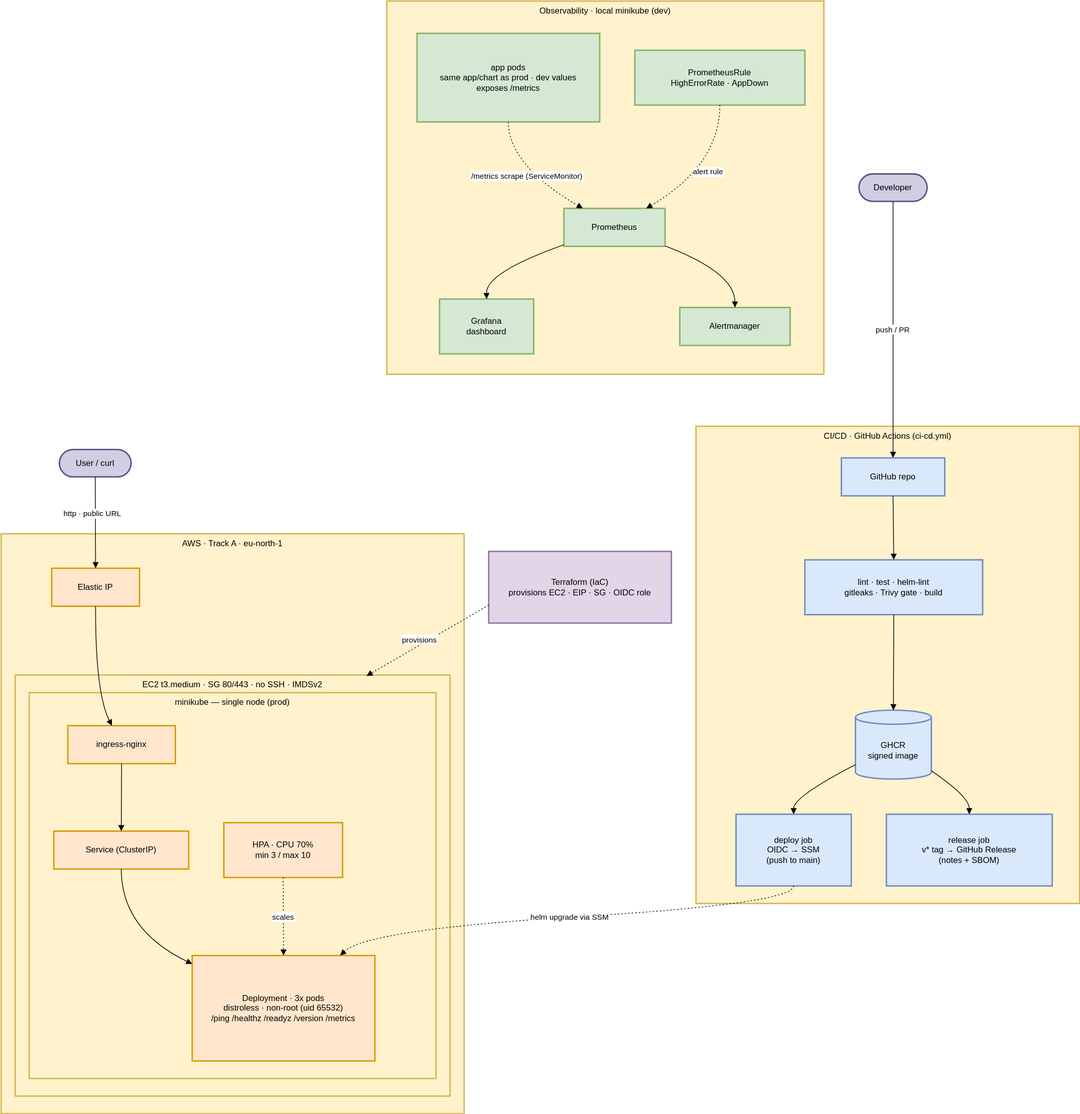
The draw.io diagram docs/architecture.svg in AysuKeskin/insiderone-devops-case, before a commit. Source tidied: cells renumbered, new cells last; positions are measured from the earlier drawing's top-left corner, leaving out a move shared by most shapes. Its diagram source:
```xml
<mxGraphModel>
  <root>
    <mxCell id="0" />
    <mxCell id="1" parent="0" />
    <mxCell id="2" value="Observability · local minikube (dev)" style="whiteSpace=wrap;strokeWidth=2;verticalAlign=top;fillColor=#fff2cc;strokeColor=#d6b656;" parent="1" vertex="1">
      <mxGeometry x="549" width="622" height="531" as="geometry" />
    </mxCell>
    <mxCell id="3" value="app pods&#10;same app/chart as prod · dev values&#10;exposes /metrics" style="whiteSpace=wrap;strokeWidth=2;fillColor=#d5e8d4;strokeColor=#82b366;" parent="2" vertex="1">
      <mxGeometry x="43" y="46" width="260" height="126" as="geometry" />
    </mxCell>
    <mxCell id="4" value="Prometheus" style="whiteSpace=wrap;strokeWidth=2;fillColor=#d5e8d4;strokeColor=#82b366;" parent="2" vertex="1">
      <mxGeometry x="252" y="295" width="144" height="54" as="geometry" />
    </mxCell>
    <mxCell id="5" value="PrometheusRule&#10;HighErrorRate · AppDown" style="whiteSpace=wrap;strokeWidth=2;fillColor=#d5e8d4;strokeColor=#82b366;" parent="2" vertex="1">
      <mxGeometry x="353" y="70" width="242" height="78" as="geometry" />
    </mxCell>
    <mxCell id="6" value="Grafana&#10;dashboard" style="whiteSpace=wrap;strokeWidth=2;fillColor=#d5e8d4;strokeColor=#82b366;" parent="2" vertex="1">
      <mxGeometry x="75" y="424" width="134" height="78" as="geometry" />
    </mxCell>
    <mxCell id="7" value="Alertmanager" style="whiteSpace=wrap;strokeWidth=2;fillColor=#d5e8d4;strokeColor=#82b366;" parent="2" vertex="1">
      <mxGeometry x="417" y="436" width="157" height="54" as="geometry" />
    </mxCell>
    <mxCell id="8" value="/metrics scrape (ServiceMonitor)" style="curved=1;dashed=1;dashPattern=2 3;startArrow=none;endArrow=block;exitX=0.5;exitY=1;entryX=0.18;entryY=-0.01;rounded=0;" parent="2" edge="1" source="3" target="4">
      <mxGeometry relative="1" as="geometry">
        <Array as="points">
          <mxPoint x="173" y="233" />
        </Array>
      </mxGeometry>
    </mxCell>
    <mxCell id="9" value="alert rule" style="curved=1;dashed=1;dashPattern=2 3;startArrow=none;endArrow=block;exitX=0.5;exitY=0.99;entryX=0.82;entryY=-0.01;rounded=0;" parent="2" edge="1" source="5" target="4">
      <mxGeometry relative="1" as="geometry">
        <Array as="points">
          <mxPoint x="474" y="233" />
        </Array>
      </mxGeometry>
    </mxCell>
    <mxCell id="10" style="curved=1;startArrow=none;endArrow=block;exitX=0;exitY=0.96;entryX=0.5;entryY=-0.01;rounded=0;" parent="2" edge="1" source="4" target="6">
      <mxGeometry relative="1" as="geometry">
        <Array as="points">
          <mxPoint x="141" y="386" />
        </Array>
      </mxGeometry>
    </mxCell>
    <mxCell id="11" style="curved=1;startArrow=none;endArrow=block;exitX=1;exitY=0.99;entryX=0.5;entryY=-0.01;rounded=0;" parent="2" edge="1" source="4" target="7">
      <mxGeometry relative="1" as="geometry">
        <Array as="points">
          <mxPoint x="495" y="386" />
        </Array>
      </mxGeometry>
    </mxCell>
    <mxCell id="12" value="AWS · Track A · eu-north-1" style="whiteSpace=wrap;strokeWidth=2;fillColor=#fff2cc;strokeColor=#d6b656;verticalAlign=top;" parent="1" vertex="1">
      <mxGeometry y="758" width="659" height="825" as="geometry" />
    </mxCell>
    <mxCell id="13" value="EC2 t3.medium · SG 80/443 · no SSH · IMDSv2" style="whiteSpace=wrap;strokeWidth=2;fillColor=#fff2cc;strokeColor=#d6b656;verticalAlign=top;" parent="1" vertex="1">
      <mxGeometry x="20" y="959" width="619" height="599" as="geometry" />
    </mxCell>
    <mxCell id="14" value="minikube — single node (prod)" style="whiteSpace=wrap;strokeWidth=2;fillColor=#fff2cc;strokeColor=#d6b656;verticalAlign=top;" parent="1" vertex="1">
      <mxGeometry x="40" y="984" width="579" height="549" as="geometry" />
    </mxCell>
    <mxCell id="15" value="CI/CD · GitHub Actions (ci-cd.yml)" style="whiteSpace=wrap;strokeWidth=2;fillColor=#fff2cc;strokeColor=#d6b656;verticalAlign=top;" parent="1" vertex="1">
      <mxGeometry x="989" y="605" width="546" height="679" as="geometry" />
    </mxCell>
    <mxCell id="16" value="Developer" style="rounded=1;whiteSpace=wrap;arcSize=50;strokeWidth=2;fillColor=#d0cee2;strokeColor=#56517e;" parent="1" vertex="1">
      <mxGeometry x="1221" y="246" width="97" height="39" as="geometry" />
    </mxCell>
    <mxCell id="17" value="User / curl" style="rounded=1;whiteSpace=wrap;arcSize=50;strokeWidth=2;fillColor=#d0cee2;strokeColor=#56517e;" parent="1" vertex="1">
      <mxGeometry x="83" y="638" width="102" height="39" as="geometry" />
    </mxCell>
    <mxCell id="18" value="Terraform (IaC)&#10;provisions EC2 · EIP · SG · OIDC role" style="whiteSpace=wrap;strokeWidth=2;fillColor=#e1d5e7;strokeColor=#9673a6;" parent="1" vertex="1">
      <mxGeometry x="694" y="783" width="260" height="102" as="geometry" />
    </mxCell>
    <mxCell id="19" value="GitHub repo" style="whiteSpace=wrap;strokeWidth=2;fillColor=#dae8fc;strokeColor=#6c8ebf;" parent="1" vertex="1">
      <mxGeometry x="1196" y="650" width="147" height="54" as="geometry" />
    </mxCell>
    <mxCell id="20" value="lint · test · helm-lint&#10;gitleaks · Trivy gate · build" style="whiteSpace=wrap;strokeWidth=2;fillColor=#dae8fc;strokeColor=#6c8ebf;" parent="1" vertex="1">
      <mxGeometry x="1144" y="795" width="253" height="78" as="geometry" />
    </mxCell>
    <mxCell id="21" value="GHCR&#10;signed image" style="shape=cylinder3;boundedLbl=1;backgroundOutline=1;size=10;strokeWidth=2;whiteSpace=wrap;fillColor=#dae8fc;strokeColor=#6c8ebf;" parent="1" vertex="1">
      <mxGeometry x="1216" y="1009" width="108" height="98" as="geometry" />
    </mxCell>
    <mxCell id="22" value="deploy job&#10;OIDC → SSM&#10;(push to main)" style="whiteSpace=wrap;strokeWidth=2;fillColor=#dae8fc;strokeColor=#6c8ebf;" parent="1" vertex="1">
      <mxGeometry x="1046" y="1157" width="164" height="102" as="geometry" />
    </mxCell>
    <mxCell id="23" value="release job&#10;v* tag → GitHub Release&#10;(notes + SBOM)" style="whiteSpace=wrap;strokeWidth=2;fillColor=#dae8fc;strokeColor=#6c8ebf;" parent="1" vertex="1">
      <mxGeometry x="1260" y="1157" width="236" height="102" as="geometry" />
    </mxCell>
    <mxCell id="24" value="Elastic IP" style="whiteSpace=wrap;strokeWidth=2;fillColor=#ffe6cc;strokeColor=#d79b00;" parent="1" vertex="1">
      <mxGeometry x="72" y="807" width="125" height="54" as="geometry" />
    </mxCell>
    <mxCell id="25" value="ingress-nginx" style="whiteSpace=wrap;strokeWidth=2;fillColor=#ffe6cc;strokeColor=#d79b00;" parent="1" vertex="1">
      <mxGeometry x="95" y="1031" width="153" height="54" as="geometry" />
    </mxCell>
    <mxCell id="26" value="Service (ClusterIP)" style="whiteSpace=wrap;strokeWidth=2;fillColor=#ffe6cc;strokeColor=#d79b00;" parent="1" vertex="1">
      <mxGeometry x="75" y="1181" width="192" height="54" as="geometry" />
    </mxCell>
    <mxCell id="27" value="Deployment · 3x pods&#10;distroless · non-root (uid 65532)&#10;/ping /healthz /readyz /version /metrics" style="whiteSpace=wrap;strokeWidth=2;fillColor=#ffe6cc;strokeColor=#d79b00;" parent="1" vertex="1">
      <mxGeometry x="272" y="1358" width="260" height="150" as="geometry" />
    </mxCell>
    <mxCell id="28" value="HPA · CPU 70%&#10;min 3 / max 10" style="whiteSpace=wrap;strokeWidth=2;fillColor=#ffe6cc;strokeColor=#d79b00;" parent="1" vertex="1">
      <mxGeometry x="317" y="1169" width="169" height="78" as="geometry" />
    </mxCell>
    <mxCell id="29" style="curved=1;startArrow=none;endArrow=block;exitX=0.5;exitY=1;entryX=0.5;entryY=0;rounded=0;" parent="1" edge="1" source="19" target="20">
      <mxGeometry relative="1" as="geometry" />
    </mxCell>
    <mxCell id="30" style="curved=1;startArrow=none;endArrow=block;exitX=0.5;exitY=1;entryX=0.5;entryY=0;rounded=0;" parent="1" edge="1" source="20" target="21">
      <mxGeometry relative="1" as="geometry" />
    </mxCell>
    <mxCell id="31" style="curved=1;startArrow=none;endArrow=block;exitX=0;exitY=0.79;entryX=0.5;entryY=0;rounded=0;" parent="1" edge="1" source="21" target="22">
      <mxGeometry relative="1" as="geometry">
        <Array as="points">
          <mxPoint x="1128" y="1132" />
        </Array>
      </mxGeometry>
    </mxCell>
    <mxCell id="32" style="curved=1;startArrow=none;endArrow=block;exitX=1;exitY=0.88;entryX=0.5;entryY=0;rounded=0;" parent="1" edge="1" source="21" target="23">
      <mxGeometry relative="1" as="geometry">
        <Array as="points">
          <mxPoint x="1378" y="1132" />
        </Array>
      </mxGeometry>
    </mxCell>
    <mxCell id="33" style="curved=1;startArrow=none;endArrow=block;exitX=0.5;exitY=1;entryX=0.5;entryY=0;rounded=0;" parent="1" edge="1" source="25" target="26">
      <mxGeometry relative="1" as="geometry" />
    </mxCell>
    <mxCell id="34" style="curved=1;startArrow=none;endArrow=block;exitX=0.5;exitY=1;entryX=0;entryY=0.08;rounded=0;" parent="1" edge="1" source="26" target="27">
      <mxGeometry relative="1" as="geometry">
        <Array as="points">
          <mxPoint x="171" y="1321" />
        </Array>
      </mxGeometry>
    </mxCell>
    <mxCell id="35" value="scales" style="curved=1;dashed=1;dashPattern=2 3;startArrow=none;endArrow=block;exitX=0.5;exitY=1;entryX=0.5;entryY=0;rounded=0;" parent="1" edge="1" source="28" target="27">
      <mxGeometry relative="1" as="geometry" />
    </mxCell>
    <mxCell id="36" style="curved=1;startArrow=none;endArrow=block;exitX=0.5;exitY=1;entryX=0.41;entryY=0;rounded=0;" parent="1" edge="1" source="24" target="25">
      <mxGeometry relative="1" as="geometry">
        <Array as="points">
          <mxPoint x="134" y="984" />
        </Array>
      </mxGeometry>
    </mxCell>
    <mxCell id="37" value="push / PR" style="curved=1;startArrow=none;endArrow=block;exitX=0.5;exitY=1;entryX=0.5;entryY=0;rounded=0;" parent="1" edge="1" source="16" target="19">
      <mxGeometry relative="1" as="geometry" />
    </mxCell>
    <mxCell id="38" value="helm upgrade via SSM" style="curved=1;dashed=1;dashPattern=2 3;startArrow=none;endArrow=block;exitX=0.5;exitY=1;entryX=0.81;entryY=0;rounded=0;" parent="1" edge="1" source="22" target="27">
      <mxGeometry relative="1" as="geometry">
        <Array as="points">
          <mxPoint x="1128" y="1284" />
          <mxPoint x="521" y="1321" />
        </Array>
      </mxGeometry>
    </mxCell>
    <mxCell id="39" value="http · public URL" style="curved=1;startArrow=none;endArrow=block;exitX=0.5;exitY=0.99;entryX=0.5;entryY=0;rounded=0;" parent="1" edge="1" source="17" target="24">
      <mxGeometry x="-0.18" y="-4" relative="1" as="geometry" />
    </mxCell>
    <mxCell id="40" value="provisions" style="curved=1;dashed=1;dashPattern=2 3;startArrow=none;endArrow=block;rounded=0;entryX=0.808;entryY=0.002;entryDx=0;entryDy=0;entryPerimeter=0;exitX=0;exitY=0.75;exitDx=0;exitDy=0;" parent="1" edge="1" source="18" target="13">
      <mxGeometry x="0.09" y="-6" relative="1" as="geometry">
        <mxPoint y="-1" as="offset" />
      </mxGeometry>
    </mxCell>
  </root>
</mxGraphModel>
```
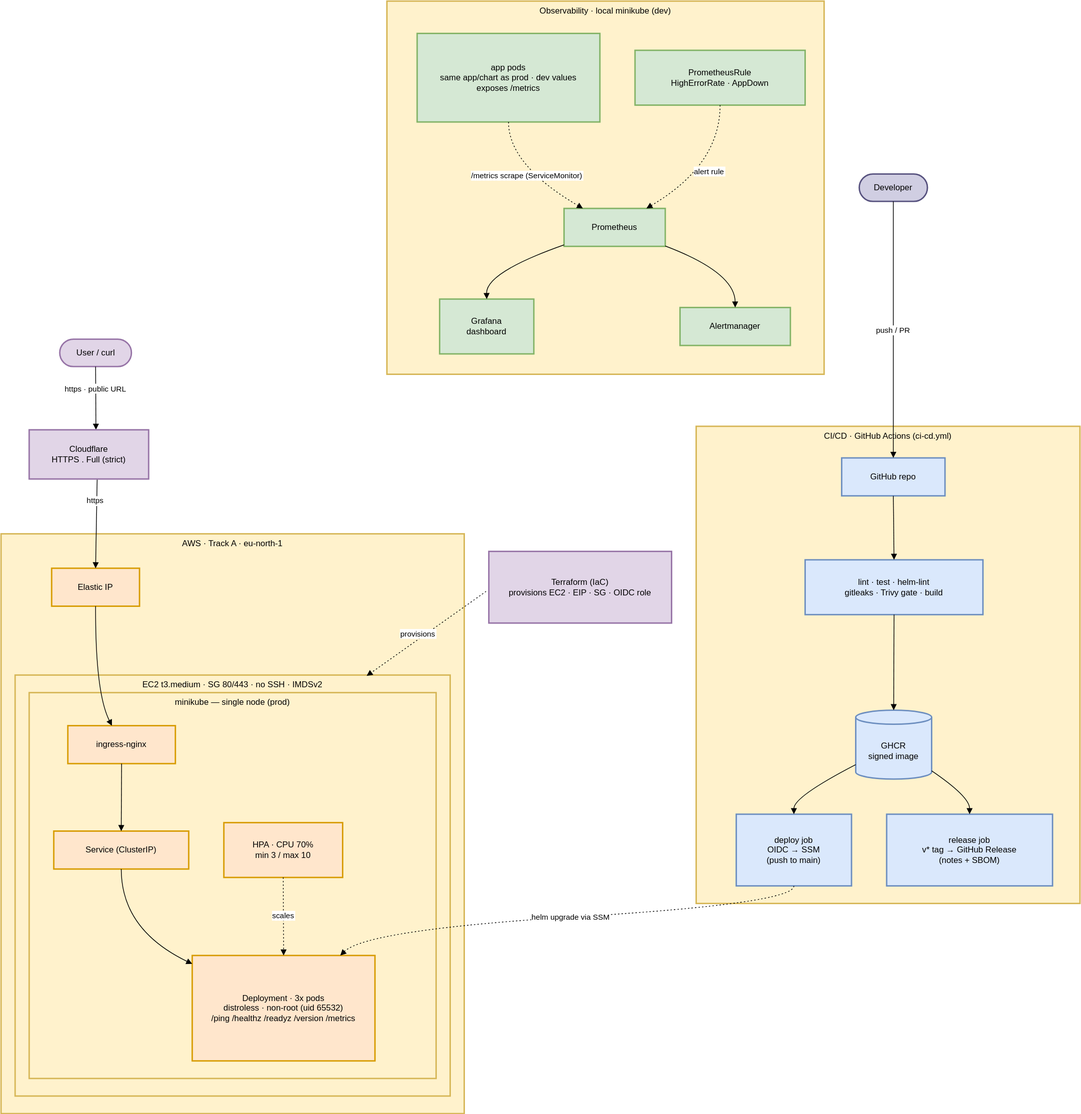
After the change.

Commit message:
docs: add Cloudflare/HTTPS layer to architecture diagram

What changed in the source:
```diff
@@ -63,8 +63,8 @@
     <mxCell id="16" value="Developer" style="rounded=1;whiteSpace=wrap;arcSize=50;strokeWidth=2;fillColor=#d0cee2;strokeColor=#56517e;" parent="1" vertex="1">
       <mxGeometry x="1221" y="246" width="97" height="39" as="geometry" />
     </mxCell>
-    <mxCell id="17" value="User / curl" style="rounded=1;whiteSpace=wrap;arcSize=50;strokeWidth=2;fillColor=#d0cee2;strokeColor=#56517e;" parent="1" vertex="1">
-      <mxGeometry x="83" y="638" width="102" height="39" as="geometry" />
+    <mxCell id="17" value="User / curl" style="rounded=1;whiteSpace=wrap;arcSize=50;strokeWidth=2;fillColor=#e1d5e7;strokeColor=#9673a6;" parent="1" vertex="1">
+      <mxGeometry x="83.5" y="481" width="102" height="39" as="geometry" />
     </mxCell>
     <mxCell id="18" value="Terraform (IaC)&#10;provisions EC2 · EIP · SG · OIDC role" style="whiteSpace=wrap;strokeWidth=2;fillColor=#e1d5e7;strokeColor=#9673a6;" parent="1" vertex="1">
       <mxGeometry x="694" y="783" width="260" height="102" as="geometry" />
@@ -150,13 +150,24 @@
         </Array>
       </mxGeometry>
     </mxCell>
-    <mxCell id="39" value="http · public URL" style="curved=1;startArrow=none;endArrow=block;exitX=0.5;exitY=0.99;entryX=0.5;entryY=0;rounded=0;" parent="1" edge="1" source="17" target="24">
-      <mxGeometry x="-0.18" y="-4" relative="1" as="geometry" />
+    <mxCell id="39" value="https · public URL" style="curved=1;startArrow=none;endArrow=block;exitX=0.5;exitY=0.99;rounded=0;" parent="1" edge="1" source="17">
+      <mxGeometry x="-0.33" relative="1" as="geometry">
+        <mxPoint x="135" y="610" as="targetPoint" />
+      </mxGeometry>
     </mxCell>
-    <mxCell id="40" value="provisions" style="curved=1;dashed=1;dashPattern=2 3;startArrow=none;endArrow=block;rounded=0;entryX=0.808;entryY=0.002;entryDx=0;entryDy=0;entryPerimeter=0;exitX=0;exitY=0.75;exitDx=0;exitDy=0;" parent="1" edge="1" source="18" target="13">
+    <mxCell id="40" value="provisions" style="curved=1;dashed=1;dashPattern=2 3;startArrow=none;endArrow=block;rounded=0;entryX=0.808;entryY=0.002;entryDx=0;entryDy=0;entryPerimeter=0;" parent="1" edge="1" target="13">
       <mxGeometry x="0.09" y="-6" relative="1" as="geometry">
+        <mxPoint x="690" y="840" as="sourcePoint" />
         <mxPoint y="-1" as="offset" />
       </mxGeometry>
     </mxCell>
+    <mxCell id="41" value="Cloudflare&#10;HTTPS . Full (strict)" style="whiteSpace=wrap;strokeWidth=2;fillColor=#e1d5e7;strokeColor=#9673a6;" parent="1" vertex="1">
+      <mxGeometry x="40" y="610" width="170" height="70" as="geometry" />
+    </mxCell>
+    <mxCell id="42" value="https" style="curved=1;startArrow=none;endArrow=block;rounded=0;exitX=0.569;exitY=1.014;exitDx=0;exitDy=0;exitPerimeter=0;entryX=0.5;entryY=0;entryDx=0;entryDy=0;" parent="1" edge="1" source="41" target="24">
+      <mxGeometry x="-0.54" y="-2" relative="1" as="geometry">
+        <mxPoint y="1" as="offset" />
+      </mxGeometry>
+    </mxCell>
   </root>
 </mxGraphModel>
```
